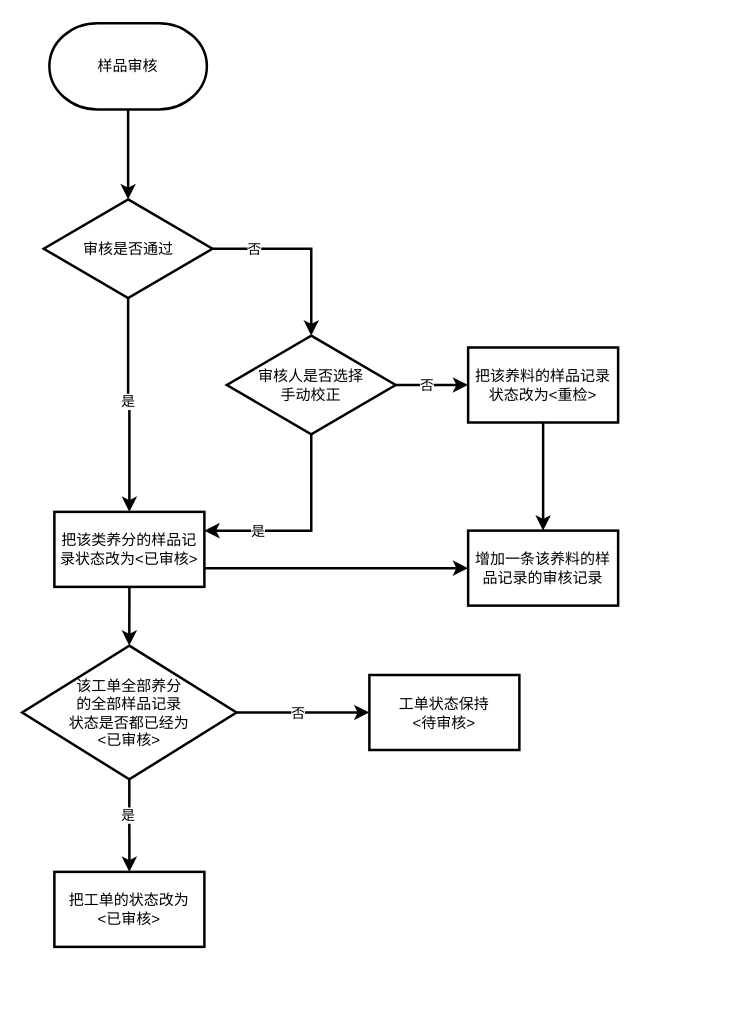
This is 智农宝.drawio from RK-JD/DrawIO, a draw.io file, before an edit. Source tidied: cells renumbered, new cells numbered last; positions are measured from the earlier drawing's top-left corner, leaving out a move shared by most shapes. Both pictures are drawn from the tidied source at 125%, with x=0, y=0 at pixel (21, 22).
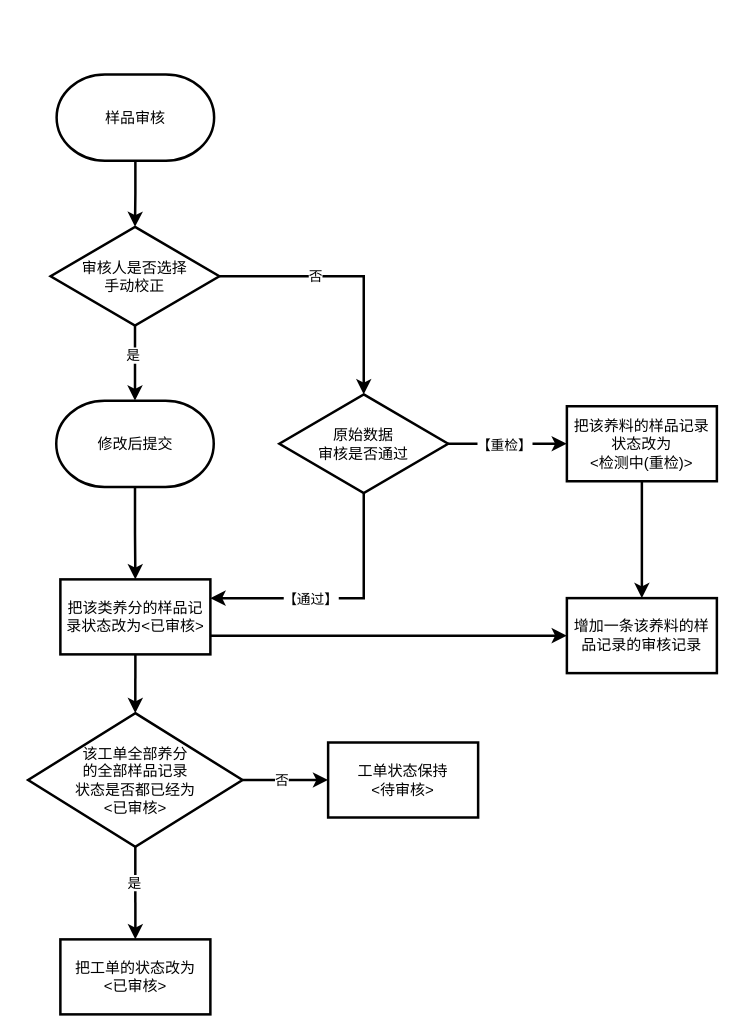
The same diagram, later.

Commit message:
更新智农宝.drawio

Unchanged cells that the change refers to:
```xml
<mxCell id="22" style="edgeStyle=orthogonalEdgeStyle;rounded=0;jettySize=auto;html=1;exitX=1;exitY=0.5;exitDx=0;exitDy=0;exitPerimeter=0;entryX=0;entryY=0.5;entryDx=0;entryDy=0;strokeWidth=2;" parent="1" edge="1" source="24" target="26">
  <mxGeometry relative="1" as="geometry" />
</mxCell>
```

Change to the diagram source:
```diff
@@
     <mxCell id="2" value="样品审核" style="strokeWidth=2;html=1;shape=mxgraph.flowchart.terminator;whiteSpace=wrap;" parent="1" vertex="1">
-      <mxGeometry x="22" width="126" height="69" as="geometry" />
+      <mxGeometry x="27.8" y="41" width="126" height="69" as="geometry" />
     </mxCell>
-    <mxCell id="3" style="edgeStyle=orthogonalEdgeStyle;rounded=0;jettySize=auto;html=1;exitX=0.5;exitY=1;exitDx=0;exitDy=0;exitPerimeter=0;strokeWidth=2;" parent="1" edge="1" source="5" target="8">
-      <mxGeometry relative="1" as="geometry" />
-    </mxCell>
-    <mxCell id="4" value="是" style="edgeLabel;html=1;align=center;verticalAlign=middle;" parent="3" vertex="1">
-      <mxGeometry x="-0.05" y="-1" relative="1" as="geometry" />
-    </mxCell>
-    <mxCell id="5" value="审核是否通过" style="strokeWidth=2;html=1;shape=mxgraph.flowchart.decision;whiteSpace=wrap;" parent="1" vertex="1">
-      <mxGeometry x="17.5" y="141" width="135" height="79" as="geometry" />
-    </mxCell>
-    <mxCell id="6" style="edgeStyle=orthogonalEdgeStyle;rounded=0;jettySize=auto;html=1;exitX=0.5;exitY=1;exitDx=0;exitDy=0;exitPerimeter=0;entryX=0.5;entryY=0;entryDx=0;entryDy=0;entryPerimeter=0;strokeWidth=2;" parent="1" edge="1" source="2" target="5">
+    <mxCell id="6" style="edgeStyle=orthogonalEdgeStyle;rounded=0;jettySize=auto;html=1;exitX=0.5;exitY=1;exitDx=0;exitDy=0;exitPerimeter=0;entryX=0.5;entryY=0;entryDx=0;entryDy=0;entryPerimeter=0;strokeWidth=2;" parent="1" edge="1" source="2" target="15">
       <mxGeometry relative="1" as="geometry" />
     </mxCell>
@@
     <mxCell id="8" value="把该类养分的样品记录状态改为&amp;lt;已审核&amp;gt;" style="rounded=0;whiteSpace=wrap;html=1;strokeWidth=2;" parent="1" vertex="1">
-      <mxGeometry x="26" y="391" width="120" height="60" as="geometry" />
+      <mxGeometry x="30.8" y="445" width="120" height="60" as="geometry" />
     </mxCell>
     <mxCell id="9" value="增加一条该养料的样品记录的审核记录" style="rounded=0;whiteSpace=wrap;html=1;strokeWidth=2;" parent="1" vertex="1">
-      <mxGeometry x="357" y="406" width="120" height="60" as="geometry" />
+      <mxGeometry x="436" y="460" width="120" height="60" as="geometry" />
     </mxCell>
     <mxCell id="10" value="把工单的状态改为&lt;div&gt;&amp;lt;已审核&amp;gt;&lt;/div&gt;" style="rounded=0;whiteSpace=wrap;html=1;strokeWidth=2;" parent="1" vertex="1">
-      <mxGeometry x="26" y="679" width="120" height="60" as="geometry" />
+      <mxGeometry x="30.8" y="733" width="120" height="60" as="geometry" />
     </mxCell>
-    <mxCell id="11" style="edgeStyle=orthogonalEdgeStyle;rounded=0;jettySize=auto;html=1;exitX=0.5;exitY=1;exitDx=0;exitDy=0;exitPerimeter=0;entryX=1;entryY=0.25;entryDx=0;entryDy=0;strokeWidth=2;" parent="1" edge="1" source="15" target="8">
-      <mxGeometry relative="1" as="geometry" />
-    </mxCell>
-    <mxCell id="12" value="是" style="edgeLabel;html=1;align=center;verticalAlign=middle;" parent="11" vertex="1">
-      <mxGeometry x="0.4" y="1" relative="1" as="geometry">
-        <mxPoint x="-6" y="-1" as="offset" />
-      </mxGeometry>
-    </mxCell>
-    <mxCell id="13" style="edgeStyle=orthogonalEdgeStyle;rounded=0;jettySize=auto;html=1;exitX=1;exitY=0.5;exitDx=0;exitDy=0;exitPerimeter=0;strokeWidth=2;" parent="1" edge="1" source="15" target="19">
-      <mxGeometry relative="1" as="geometry" />
-    </mxCell>
-    <mxCell id="14" value="否" style="edgeLabel;html=1;align=center;verticalAlign=middle;" parent="13" vertex="1">
-      <mxGeometry x="-0.17" y="-3" relative="1" as="geometry">
-        <mxPoint y="-3" as="offset" />
-      </mxGeometry>
-    </mxCell>
-    <mxCell id="15" value="审核人是否选择&lt;div&gt;手动校正&lt;/div&gt;" style="strokeWidth=2;html=1;shape=mxgraph.flowchart.decision;whiteSpace=wrap;" parent="1" vertex="1">
-      <mxGeometry x="164" y="250" width="135" height="79" as="geometry" />
-    </mxCell>
-    <mxCell id="16" style="edgeStyle=orthogonalEdgeStyle;rounded=0;jettySize=auto;html=1;exitX=1;exitY=0.5;exitDx=0;exitDy=0;exitPerimeter=0;entryX=0.5;entryY=0;entryDx=0;entryDy=0;entryPerimeter=0;strokeWidth=2;" parent="1" edge="1" source="5" target="15">
-      <mxGeometry relative="1" as="geometry" />
-    </mxCell>
-    <mxCell id="17" value="否" style="edgeLabel;html=1;align=center;verticalAlign=middle;" parent="16" vertex="1">
-      <mxGeometry y="-2" relative="1" as="geometry">
-        <mxPoint x="-41" y="-2" as="offset" />
-      </mxGeometry>
-    </mxCell>
-    <mxCell id="18" style="edgeStyle=orthogonalEdgeStyle;rounded=0;jettySize=auto;html=1;exitX=0.5;exitY=1;exitDx=0;exitDy=0;entryX=0.5;entryY=0;entryDx=0;entryDy=0;strokeWidth=2;" parent="1" edge="1" source="19" target="9">
-      <mxGeometry relative="1" as="geometry" />
-    </mxCell>
-    <mxCell id="19" value="把该养料的样品记录状态改为&amp;lt;重检&amp;gt;" style="rounded=0;whiteSpace=wrap;html=1;strokeWidth=2;" parent="1" vertex="1">
-      <mxGeometry x="357" y="259.5" width="120" height="60" as="geometry" />
-    </mxCell>
@@
-    <mxCell id="23" value="否" style="edgeLabel;html=1;align=center;verticalAlign=middle;" parent="22" vertex="1">
-      <mxGeometry x="-0.07" y="1" relative="1" as="geometry">
-        <mxPoint y="1" as="offset" />
-      </mxGeometry>
-    </mxCell>
+    <mxCell id="27" value="否" style="edgeLabel;html=1;align=center;verticalAlign=middle;" parent="22" vertex="1">
+      <mxGeometry x="-0.06" y="2" relative="1" as="geometry">
+        <mxPoint x="-1" y="2" as="offset" />
+      </mxGeometry>
+    </mxCell>
     <mxCell id="24" value="该工单全部养分&lt;div&gt;的全部样品记录&lt;/div&gt;&lt;div&gt;状态是否都已经为&lt;/div&gt;&lt;div&gt;&amp;lt;已审核&amp;gt;&lt;/div&gt;" style="strokeWidth=2;html=1;shape=mxgraph.flowchart.decision;whiteSpace=wrap;" parent="1" vertex="1">
-      <mxGeometry x="0.2" y="498" width="171.5" height="107" as="geometry" />
+      <mxGeometry x="5" y="552" width="171.5" height="107" as="geometry" />
     </mxCell>
@@
+    <mxCell id="28" style="edgeStyle=orthogonalEdgeStyle;rounded=0;jettySize=auto;html=1;exitX=0.5;exitY=1;exitDx=0;exitDy=0;exitPerimeter=0;strokeWidth=2;" parent="1" edge="1" source="15" target="40">
+      <mxGeometry relative="1" as="geometry" />
+    </mxCell>
+    <mxCell id="29" value="是" style="edgeLabel;html=1;align=center;verticalAlign=middle;" parent="28" vertex="1">
+      <mxGeometry x="-0.23" y="1" relative="1" as="geometry">
+        <mxPoint x="-3" as="offset" />
+      </mxGeometry>
+    </mxCell>
+    <mxCell id="15" value="审核人是否选择&lt;div&gt;手动校正&lt;/div&gt;" style="strokeWidth=2;html=1;shape=mxgraph.flowchart.decision;whiteSpace=wrap;" parent="1" vertex="1">
+      <mxGeometry x="23" y="163" width="135" height="79" as="geometry" />
+    </mxCell>
+    <mxCell id="30" style="edgeStyle=orthogonalEdgeStyle;rounded=0;jettySize=auto;html=1;exitX=1;exitY=0.5;exitDx=0;exitDy=0;exitPerimeter=0;entryX=0;entryY=0.5;entryDx=0;entryDy=0;strokeWidth=2;" parent="1" edge="1" source="34" target="36">
+      <mxGeometry relative="1" as="geometry" />
+    </mxCell>
+    <mxCell id="31" value="【重检】" style="edgeLabel;html=1;align=center;verticalAlign=middle;" parent="30" vertex="1">
+      <mxGeometry x="-0.08" y="-1" relative="1" as="geometry" />
+    </mxCell>
+    <mxCell id="32" style="edgeStyle=orthogonalEdgeStyle;rounded=0;jettySize=auto;html=1;exitX=0.5;exitY=1;exitDx=0;exitDy=0;exitPerimeter=0;entryX=1;entryY=0.25;entryDx=0;entryDy=0;strokeWidth=2;" parent="1" edge="1" source="34" target="8">
+      <mxGeometry relative="1" as="geometry" />
+    </mxCell>
+    <mxCell id="33" value="【通过】" style="edgeLabel;html=1;align=center;verticalAlign=middle;" parent="32" vertex="1">
+      <mxGeometry x="0.07" relative="1" as="geometry">
+        <mxPoint x="-16" as="offset" />
+      </mxGeometry>
+    </mxCell>
+    <mxCell id="34" value="&lt;div&gt;原始数据&lt;/div&gt;审核是否通过" style="strokeWidth=2;html=1;shape=mxgraph.flowchart.decision;whiteSpace=wrap;" parent="1" vertex="1">
+      <mxGeometry x="206" y="297" width="135" height="79" as="geometry" />
+    </mxCell>
+    <mxCell id="35" style="edgeStyle=orthogonalEdgeStyle;rounded=0;jettySize=auto;html=1;exitX=0.5;exitY=1;exitDx=0;exitDy=0;entryX=0.5;entryY=0;entryDx=0;entryDy=0;strokeWidth=2;" parent="1" edge="1" source="36" target="9">
+      <mxGeometry relative="1" as="geometry" />
+    </mxCell>
+    <mxCell id="36" value="把该养料的样品记录状态改为&lt;div&gt;&amp;lt;检测中(重检)&amp;gt;&lt;/div&gt;" style="rounded=0;whiteSpace=wrap;html=1;strokeWidth=2;" parent="1" vertex="1">
+      <mxGeometry x="436" y="306.5" width="120" height="60" as="geometry" />
+    </mxCell>
+    <mxCell id="37" style="edgeStyle=orthogonalEdgeStyle;rounded=0;jettySize=auto;html=1;exitX=1;exitY=0.5;exitDx=0;exitDy=0;exitPerimeter=0;entryX=0.5;entryY=0;entryDx=0;entryDy=0;entryPerimeter=0;strokeWidth=2;" parent="1" edge="1" source="15" target="34">
+      <mxGeometry relative="1" as="geometry" />
+    </mxCell>
+    <mxCell id="38" value="否" style="edgeLabel;html=1;align=center;verticalAlign=middle;" parent="37" vertex="1">
+      <mxGeometry x="-0.07" y="1" relative="1" as="geometry">
+        <mxPoint x="-22" y="1" as="offset" />
+      </mxGeometry>
+    </mxCell>
+    <mxCell id="39" style="edgeStyle=orthogonalEdgeStyle;rounded=0;jettySize=auto;html=1;exitX=0.5;exitY=1;exitDx=0;exitDy=0;exitPerimeter=0;strokeWidth=2;" parent="1" edge="1" source="40" target="8">
+      <mxGeometry relative="1" as="geometry" />
+    </mxCell>
+    <mxCell id="40" value="修改后提交" style="strokeWidth=2;html=1;shape=mxgraph.flowchart.terminator;whiteSpace=wrap;" parent="1" vertex="1">
+      <mxGeometry x="27.5" y="302" width="126" height="69" as="geometry" />
+    </mxCell>
     <mxCell id="26" value="工单状态保持&lt;div&gt;&amp;lt;待审核&amp;gt;&lt;/div&gt;" style="rounded=0;whiteSpace=wrap;html=1;strokeWidth=2;" parent="1" vertex="1">
-      <mxGeometry x="278" y="521.5" width="120" height="60" as="geometry" />
+      <mxGeometry x="245" y="575.5" width="120" height="60" as="geometry" />
     </mxCell>
```
